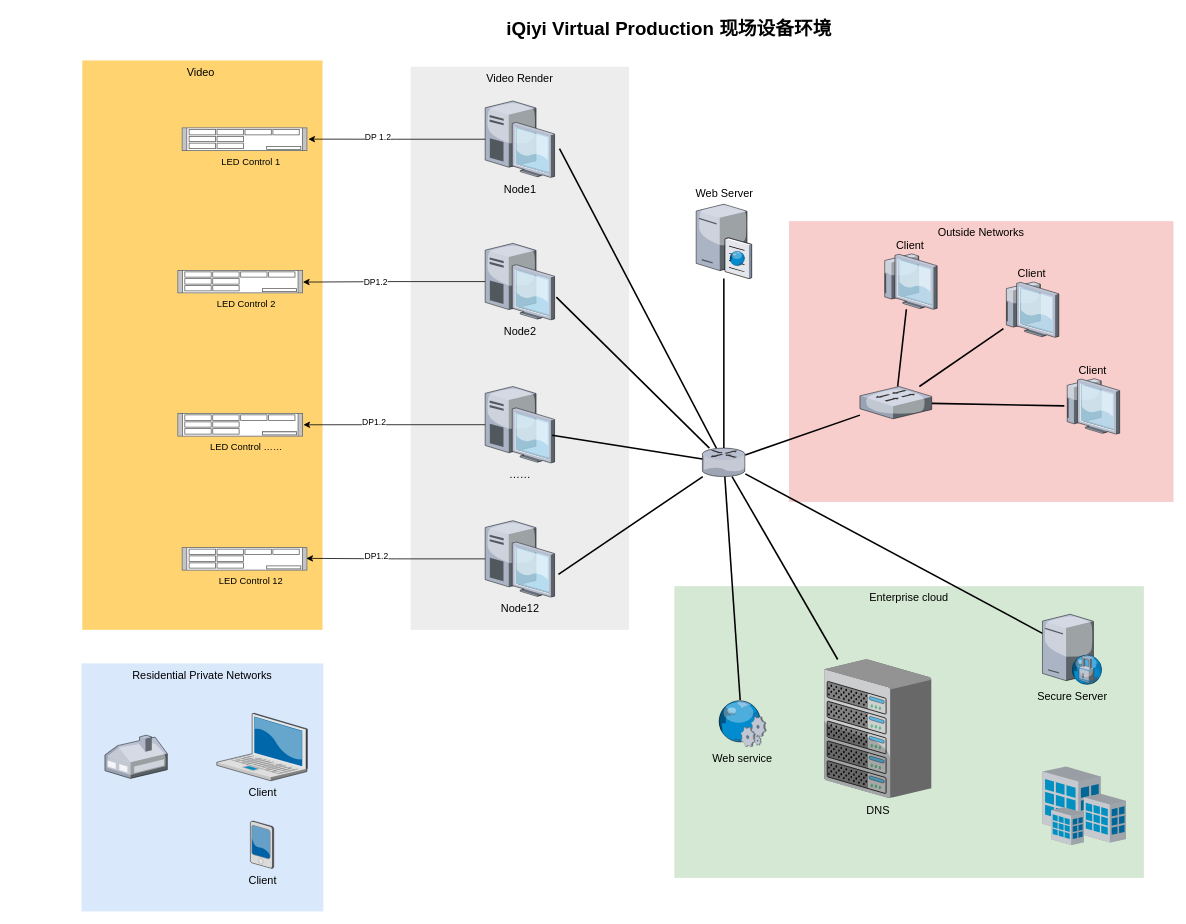
Earlier version of the draw.io diagram 未命名绘图.drawio (BedRockJie/BedRockJie). Source tidied: cells renumbered, new cells numbered last; positions are measured from the earlier drawing's top-left corner, leaving out a move shared by most shapes. Both pictures are drawn from the tidied source at 78%, with x=0, y=0 at pixel (81, 13). Pictures stored in the file or linked from it are replaced by grey dashed boxes.
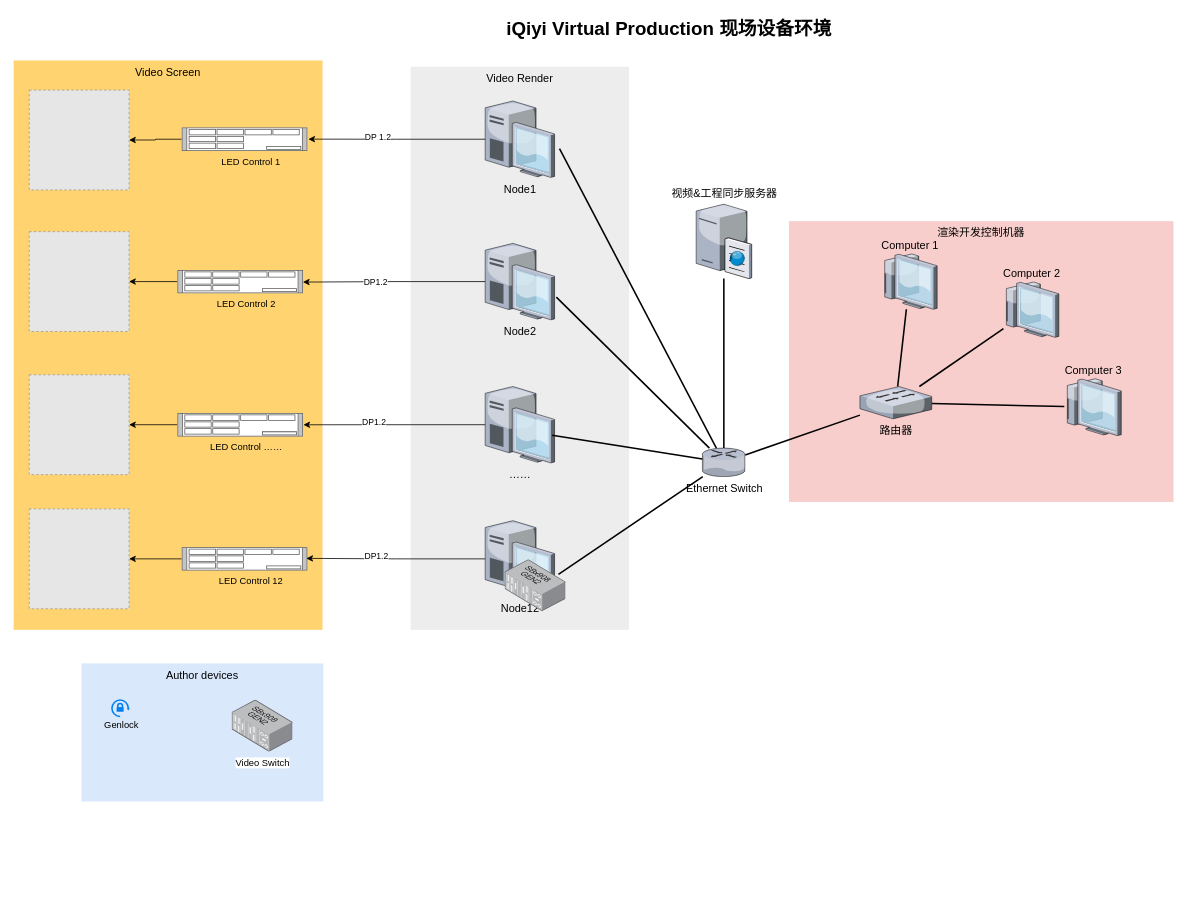
After the change.

Commit message:
爱奇艺现场设备环境.drawio

The change refers to these unchanged cells:
```xml
<mxCell id="37" value="LED Control 1" style="shape=mxgraph.rack.ibm.ibm_x3630_m4;html=1;labelPosition=center;align=center;spacingLeft=15;dashed=0;shadow=0;fillColor=#ffffff;verticalLabelPosition=bottom;verticalAlign=top;" parent="1" vertex="1">
  <mxGeometry x="128.5" y="146" width="161" height="30" as="geometry" />
</mxCell>
<mxCell id="38" value="LED Control 2" style="shape=mxgraph.rack.ibm.ibm_x3630_m4;html=1;labelPosition=center;align=center;spacingLeft=15;dashed=0;shadow=0;fillColor=#ffffff;verticalLabelPosition=bottom;verticalAlign=top;" parent="1" vertex="1">
  <mxGeometry x="123" y="328.5" width="161" height="30" as="geometry" />
</mxCell>
<mxCell id="39" value="LED Control ……" style="shape=mxgraph.rack.ibm.ibm_x3630_m4;html=1;labelPosition=center;align=center;spacingLeft=15;dashed=0;shadow=0;fillColor=#ffffff;verticalLabelPosition=bottom;verticalAlign=top;" parent="1" vertex="1">
  <mxGeometry x="123" y="512" width="161" height="30" as="geometry" />
</mxCell>
<mxCell id="40" value="LED Control 12" style="shape=mxgraph.rack.ibm.ibm_x3630_m4;html=1;labelPosition=center;align=center;spacingLeft=15;dashed=0;shadow=0;fillColor=#ffffff;verticalLabelPosition=bottom;verticalAlign=top;" parent="1" vertex="1">
  <mxGeometry x="128.5" y="684" width="161" height="30" as="geometry" />
</mxCell>
```

Change to the diagram source:
```diff
@@
-    <mxCell id="2" value="Outside Networks" style="whiteSpace=wrap;html=1;fillColor=#f8cecc;fontSize=14;strokeColor=none;verticalAlign=top;" parent="1" vertex="1">
+    <mxCell id="2" value="渲染开发控制机器" style="whiteSpace=wrap;html=1;fillColor=#f8cecc;fontSize=14;strokeColor=none;verticalAlign=top;" parent="1" vertex="1">
       <mxGeometry x="907" y="266" width="493" height="360" as="geometry" />
     </mxCell>
-    <mxCell id="3" value="Enterprise cloud" style="whiteSpace=wrap;html=1;fillColor=#d5e8d4;fontSize=14;strokeColor=none;verticalAlign=top;" parent="1" vertex="1">
-      <mxGeometry x="760" y="734" width="602" height="374" as="geometry" />
-    </mxCell>
@@
-    <mxCell id="5" value="Residential Private Networks" style="whiteSpace=wrap;html=1;fillColor=#dae8fc;fontSize=14;strokeColor=none;verticalAlign=top;" parent="1" vertex="1">
-      <mxGeometry y="833" width="310" height="318" as="geometry" />
+    <mxCell id="5" value="Author devices" style="whiteSpace=wrap;html=1;fillColor=#dae8fc;fontSize=14;strokeColor=none;verticalAlign=top;" parent="1" vertex="1">
+      <mxGeometry y="833" width="310" height="177" as="geometry" />
     </mxCell>
-    <mxCell id="6" value="Video&amp;nbsp;" style="whiteSpace=wrap;html=1;fillColor=#FFD470;gradientColor=none;fontSize=14;strokeColor=none;verticalAlign=top;" parent="1" vertex="1">
-      <mxGeometry x="1" y="60" width="308" height="730" as="geometry" />
+    <mxCell id="6" value="Video Screen" style="whiteSpace=wrap;html=1;fillColor=#FFD470;gradientColor=none;fontSize=14;strokeColor=none;verticalAlign=top;" parent="1" vertex="1">
+      <mxGeometry x="-87" y="60" width="396" height="730" as="geometry" />
     </mxCell>
-    <mxCell id="7" value="Client" style="verticalLabelPosition=bottom;html=1;verticalAlign=top;strokeColor=none;shape=mxgraph.citrix.laptop_2;fillColor=#66B2FF;gradientColor=#0066CC;fontSize=14;" parent="1" vertex="1">
-      <mxGeometry x="173.5" y="897" width="116" height="86.5" as="geometry" />
-    </mxCell>
@@
-    <mxCell id="11" value="Client" style="verticalLabelPosition=bottom;html=1;verticalAlign=top;strokeColor=none;shape=mxgraph.citrix.pda;fillColor=#66B2FF;gradientColor=#0066CC;fontSize=14;" parent="1" vertex="1">
-      <mxGeometry x="216.5" y="1035" width="30" height="61" as="geometry" />
-    </mxCell>
-    <mxCell id="12" style="edgeStyle=none;rounded=0;html=1;startSize=10;endSize=10;jettySize=auto;fontSize=14;endArrow=none;endFill=0;strokeWidth=2;" parent="1" edge="1" source="16" target="18">
-      <mxGeometry relative="1" as="geometry" />
-    </mxCell>
@@
-    <mxCell id="15" style="edgeStyle=none;rounded=0;html=1;startSize=10;endSize=10;jettySize=auto;fontSize=14;endArrow=none;endFill=0;strokeWidth=2;" parent="1" edge="1" source="16" target="24">
-      <mxGeometry relative="1" as="geometry" />
-    </mxCell>
-    <mxCell id="16" style="verticalLabelPosition=bottom;html=1;verticalAlign=top;strokeColor=none;shape=mxgraph.citrix.router;fillColor=#66B2FF;gradientColor=#0066CC;fontSize=14;" parent="1" vertex="1">
+    <mxCell id="16" value="Ethernet Switch" style="verticalLabelPosition=bottom;html=1;verticalAlign=top;strokeColor=none;shape=mxgraph.citrix.router;fillColor=#66B2FF;gradientColor=#0066CC;fontSize=14;" parent="1" vertex="1">
       <mxGeometry x="796" y="557" width="55" height="36.5" as="geometry" />
     </mxCell>
-    <mxCell id="17" value="Web Server" style="verticalLabelPosition=top;html=1;verticalAlign=bottom;strokeColor=none;shape=mxgraph.citrix.cache_server;fillColor=#66B2FF;gradientColor=#0066CC;fontSize=14;labelPosition=center;align=center;" parent="1" vertex="1">
+    <mxCell id="17" value="视频&amp;amp;工程同步服务器" style="verticalLabelPosition=top;html=1;verticalAlign=bottom;strokeColor=none;shape=mxgraph.citrix.cache_server;fillColor=#66B2FF;gradientColor=#0066CC;fontSize=14;labelPosition=center;align=center;" parent="1" vertex="1">
       <mxGeometry x="788" y="242" width="71" height="97.5" as="geometry" />
     </mxCell>
-    <mxCell id="18" value="DNS" style="verticalLabelPosition=bottom;html=1;verticalAlign=top;strokeColor=none;shape=mxgraph.citrix.chassis;fillColor=#66B2FF;gradientColor=#0066CC;fontSize=14;" parent="1" vertex="1">
-      <mxGeometry x="952" y="828" width="137.5" height="177.5" as="geometry" />
-    </mxCell>
@@
-    <mxCell id="23" style="verticalLabelPosition=bottom;html=1;verticalAlign=top;strokeColor=none;shape=mxgraph.citrix.home_office;fillColor=#66B2FF;gradientColor=#0066CC;fontSize=14;" parent="1" vertex="1">
-      <mxGeometry x="30" y="925" width="80" height="55.5" as="geometry" />
-    </mxCell>
-    <mxCell id="24" value="Secure Server" style="verticalLabelPosition=bottom;html=1;verticalAlign=top;strokeColor=none;shape=mxgraph.citrix.proxy_server;fillColor=#66B2FF;gradientColor=#0066CC;fontSize=14;" parent="1" vertex="1">
-      <mxGeometry x="1232" y="770" width="76.5" height="90" as="geometry" />
-    </mxCell>
@@
-    <mxCell id="28" style="verticalLabelPosition=bottom;html=1;verticalAlign=top;strokeColor=none;shape=mxgraph.citrix.switch;fillColor=#66B2FF;gradientColor=#0066CC;fontSize=14;" parent="1" vertex="1">
+    <mxCell id="28" value="路由器" style="verticalLabelPosition=bottom;html=1;verticalAlign=top;strokeColor=none;shape=mxgraph.citrix.switch;fillColor=#66B2FF;gradientColor=#0066CC;fontSize=14;" parent="1" vertex="1">
       <mxGeometry x="998" y="478" width="92" height="41.5" as="geometry" />
     </mxCell>
-    <mxCell id="29" value="Client" style="verticalLabelPosition=top;html=1;verticalAlign=bottom;strokeColor=none;shape=mxgraph.citrix.thin_client;fillColor=#66B2FF;gradientColor=#0066CC;fontSize=14;labelPosition=center;align=center;" parent="1" vertex="1">
-      <mxGeometry x="1260" y="468" width="71" height="71" as="geometry" />
+    <mxCell id="29" value="Computer 3" style="verticalLabelPosition=top;html=1;verticalAlign=bottom;strokeColor=none;shape=mxgraph.citrix.thin_client;fillColor=#66B2FF;gradientColor=#0066CC;fontSize=14;labelPosition=center;align=center;" parent="1" vertex="1">
+      <mxGeometry x="1260" y="468" width="73" height="73" as="geometry" />
     </mxCell>
-    <mxCell id="30" value="Client" style="verticalLabelPosition=top;html=1;verticalAlign=bottom;strokeColor=none;shape=mxgraph.citrix.thin_client;fillColor=#66B2FF;gradientColor=#0066CC;fontSize=14;labelPosition=center;align=center;" parent="1" vertex="1">
+    <mxCell id="30" value="Computer 2" style="verticalLabelPosition=top;html=1;verticalAlign=bottom;strokeColor=none;shape=mxgraph.citrix.thin_client;fillColor=#66B2FF;gradientColor=#0066CC;fontSize=14;labelPosition=center;align=center;" parent="1" vertex="1">
       <mxGeometry x="1182" y="344" width="71" height="71" as="geometry" />
     </mxCell>
-    <mxCell id="31" value="Client" style="verticalLabelPosition=top;html=1;verticalAlign=bottom;strokeColor=none;shape=mxgraph.citrix.thin_client;fillColor=#66B2FF;gradientColor=#0066CC;fontSize=14;labelPosition=center;align=center;" parent="1" vertex="1">
+    <mxCell id="31" value="Computer 1" style="verticalLabelPosition=top;html=1;verticalAlign=bottom;strokeColor=none;shape=mxgraph.citrix.thin_client;fillColor=#66B2FF;gradientColor=#0066CC;fontSize=14;labelPosition=center;align=center;" parent="1" vertex="1">
       <mxGeometry x="1026" y="308" width="71" height="71" as="geometry" />
     </mxCell>
-    <mxCell id="32" style="edgeStyle=none;rounded=0;html=1;startSize=10;endSize=10;jettySize=auto;fontSize=14;endArrow=none;endFill=0;strokeWidth=2;" parent="1" edge="1" source="33" target="16">
-      <mxGeometry relative="1" as="geometry" />
-    </mxCell>
-    <mxCell id="33" value="Web service" style="verticalLabelPosition=bottom;html=1;verticalAlign=top;strokeColor=none;shape=mxgraph.citrix.web_service;fillColor=#66B2FF;gradientColor=#0066CC;fontSize=14;" parent="1" vertex="1">
-      <mxGeometry x="815" y="880" width="63" height="60" as="geometry" />
-    </mxCell>
-    <mxCell id="34" style="verticalLabelPosition=bottom;html=1;verticalAlign=top;strokeColor=none;shape=mxgraph.citrix.site;fillColor=#66B2FF;gradientColor=#0066CC;fontSize=14;" parent="1" vertex="1">
-      <mxGeometry x="1232" y="965" width="107" height="101" as="geometry" />
-    </mxCell>
@@
+    <mxCell id="50" style="edgeStyle=orthogonalEdgeStyle;rounded=0;jettySize=auto;html=1;entryX=1;entryY=0.5;entryDx=0;entryDy=0;" parent="1" edge="1" source="37" target="54">
+      <mxGeometry relative="1" as="geometry" />
+    </mxCell>
@@
+    <mxCell id="51" style="edgeStyle=orthogonalEdgeStyle;rounded=0;jettySize=auto;html=1;entryX=1;entryY=0.5;entryDx=0;entryDy=0;" parent="1" edge="1" source="38" target="55">
+      <mxGeometry relative="1" as="geometry" />
+    </mxCell>
@@
+    <mxCell id="52" style="edgeStyle=orthogonalEdgeStyle;rounded=0;jettySize=auto;html=1;entryX=1;entryY=0.5;entryDx=0;entryDy=0;" parent="1" edge="1" source="39" target="56">
+      <mxGeometry relative="1" as="geometry" />
+    </mxCell>
@@
+    <mxCell id="53" style="edgeStyle=orthogonalEdgeStyle;rounded=0;jettySize=auto;html=1;entryX=1;entryY=0.5;entryDx=0;entryDy=0;" parent="1" edge="1" source="40" target="57">
+      <mxGeometry relative="1" as="geometry" />
+    </mxCell>
@@
+    <mxCell id="54" style="fillColor=#E6E6E6;strokeColor=#999999;dashed=1;html=1;verticalAlign=top;verticalLabelPosition=bottom;labelBackgroundColor=#ffffff;" parent="1" vertex="1">
+      <mxGeometry x="-67" y="98" width="128" height="128" as="geometry" />
+    </mxCell>
+    <mxCell id="55" style="fillColor=#E6E6E6;strokeColor=#999999;dashed=1;html=1;verticalAlign=top;verticalLabelPosition=bottom;labelBackgroundColor=#ffffff;" parent="1" vertex="1">
+      <mxGeometry x="-67" y="279.5" width="128" height="128" as="geometry" />
+    </mxCell>
+    <mxCell id="56" style="fillColor=#E6E6E6;strokeColor=#999999;dashed=1;html=1;verticalAlign=top;verticalLabelPosition=bottom;labelBackgroundColor=#ffffff;" parent="1" vertex="1">
+      <mxGeometry x="-67" y="463" width="128" height="128" as="geometry" />
+    </mxCell>
+    <mxCell id="57" style="fillColor=#E6E6E6;strokeColor=#999999;dashed=1;html=1;verticalAlign=top;verticalLabelPosition=bottom;labelBackgroundColor=#ffffff;" parent="1" vertex="1">
+      <mxGeometry x="-67" y="635" width="128" height="128" as="geometry" />
+    </mxCell>
+    <mxCell id="58" value="Genlock" style="html=1;verticalLabelPosition=bottom;strokeWidth=2;strokeColor=#0080F0;fillColor=strokeColor;shadow=0;dashed=0;shape=mxgraph.ios7.icons.orientation_lock;" parent="1" vertex="1">
+      <mxGeometry x="39" y="880" width="23.1" height="21" as="geometry" />
+    </mxCell>
+    <mxCell id="59" style="image;html=1;align=center;shadow=0;dashed=0;image=img/lib/allied_telesis/switch/Modular_Switch_SXx908GEN2.svg;" parent="1" vertex="1">
+      <mxGeometry x="543" y="700" width="78" height="66.6" as="geometry" />
+    </mxCell>
+    <mxCell id="60" value="Video Switch" style="image;html=1;align=center;shadow=0;dashed=0;image=img/lib/allied_telesis/switch/Modular_Switch_SXx908GEN2.svg;" parent="1" vertex="1">
+      <mxGeometry x="193" y="880" width="78" height="66.6" as="geometry" />
+    </mxCell>
```
